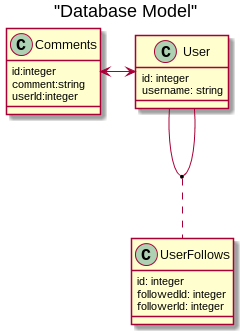
Above: out/design/db/Database Model.png in Dan8991/Marinet (PlantUML), before the change. Its diagram source:
```plantuml
@startuml

top to bottom direction
scale 1
title "Database Model"

class User{
    id: integer
    username: string
}

class UserFollows{
    id: integer
    followedId: integer
    followerId: integer
}

class Comments{
    id:integer
    comment:string
    userId:integer
}

User <-left->Comments
(User,User) .. UserFollows

@enduml
```
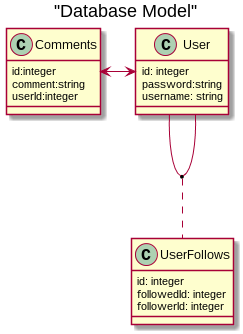
After the change.

Commit message:
[Add]password field to user

Change to the diagram source:
```diff
@@ -6,6 +6,7 @@
 
 class User{
     id: integer
+    password:string
     username: string
 }
 
```
